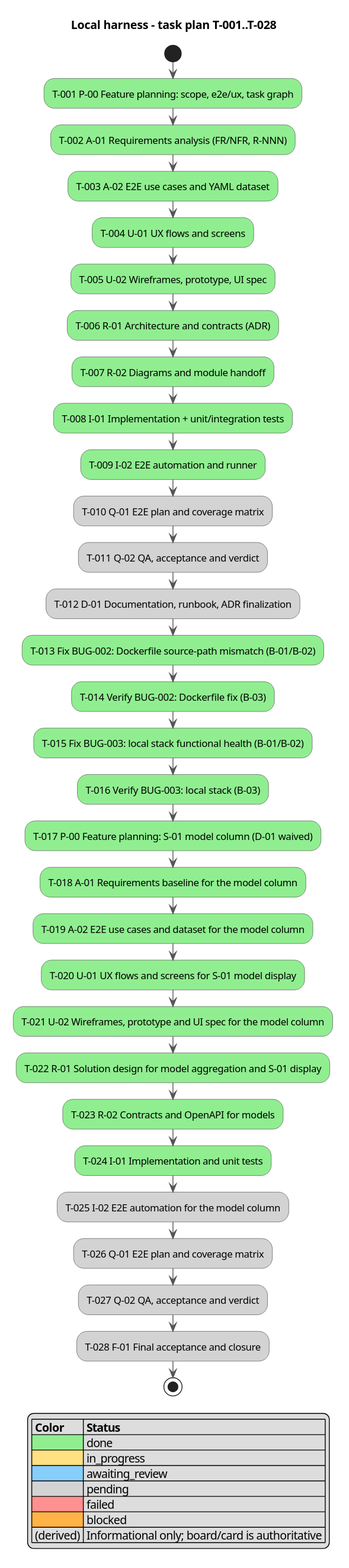
This is docs/activity.svg from serge-sasov/ai-task-tracker, a PlantUML export, as it was before one commit.
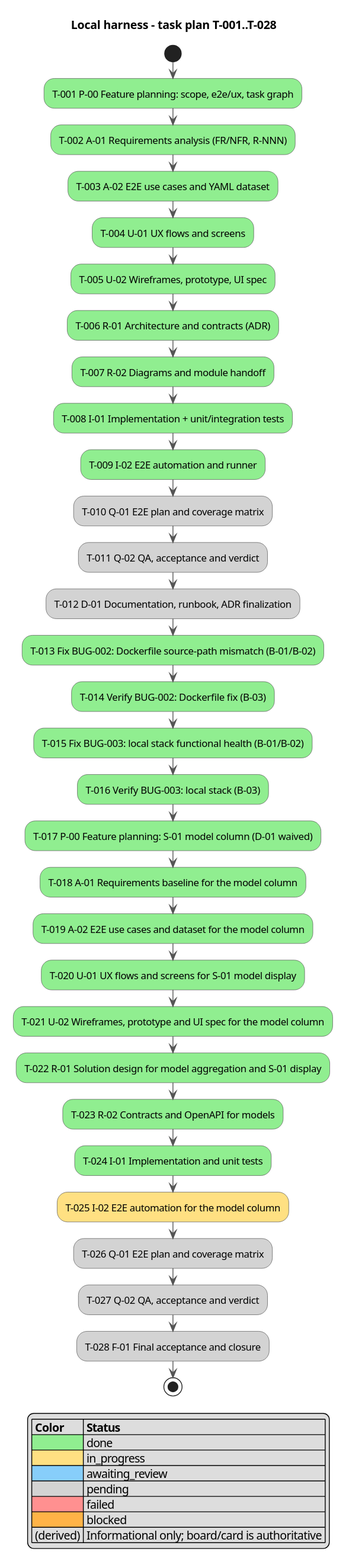
After the change.

Commit message:
T-025: start I-02 e2e automation

Change to the diagram source:
```diff
@@ -30,7 +30,7 @@
 :T-022 R-01 Solution design for model aggregation and S-01 display; <<#90EE90>>
 :T-023 R-02 Contracts and OpenAPI for models; <<#90EE90>>
 :T-024 I-01 Implementation and unit tests; <<#90EE90>>
-:T-025 I-02 E2E automation for the model column; <<#D3D3D3>>
+:T-025 I-02 E2E automation for the model column; <<#FFE082>>
 :T-026 Q-01 E2E plan and coverage matrix; <<#D3D3D3>>
 :T-027 Q-02 QA, acceptance and verdict; <<#D3D3D3>>
 :T-028 F-01 Final acceptance and closure; <<#D3D3D3>>
```
